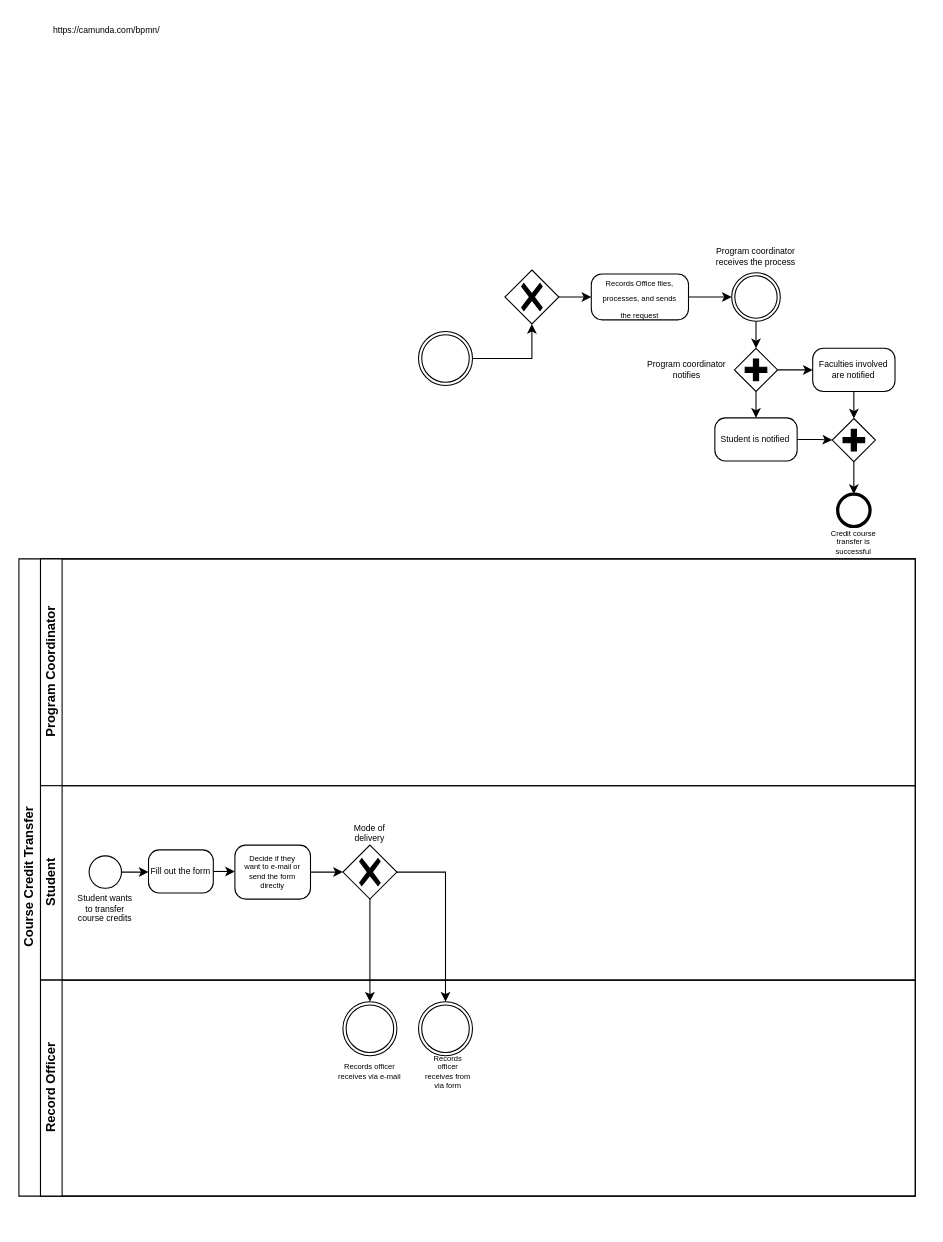
Above: Untitled Diagram.drawio in gdcho/comp1712 (draw.io), before the change. Source tidied: cells renumbered, new cells numbered last; positions are measured from the earlier drawing's top-left corner, leaving out a move shared by most shapes. Both pictures are drawn from the tidied source at 108%, with x=0, y=0 at pixel (18, 18).
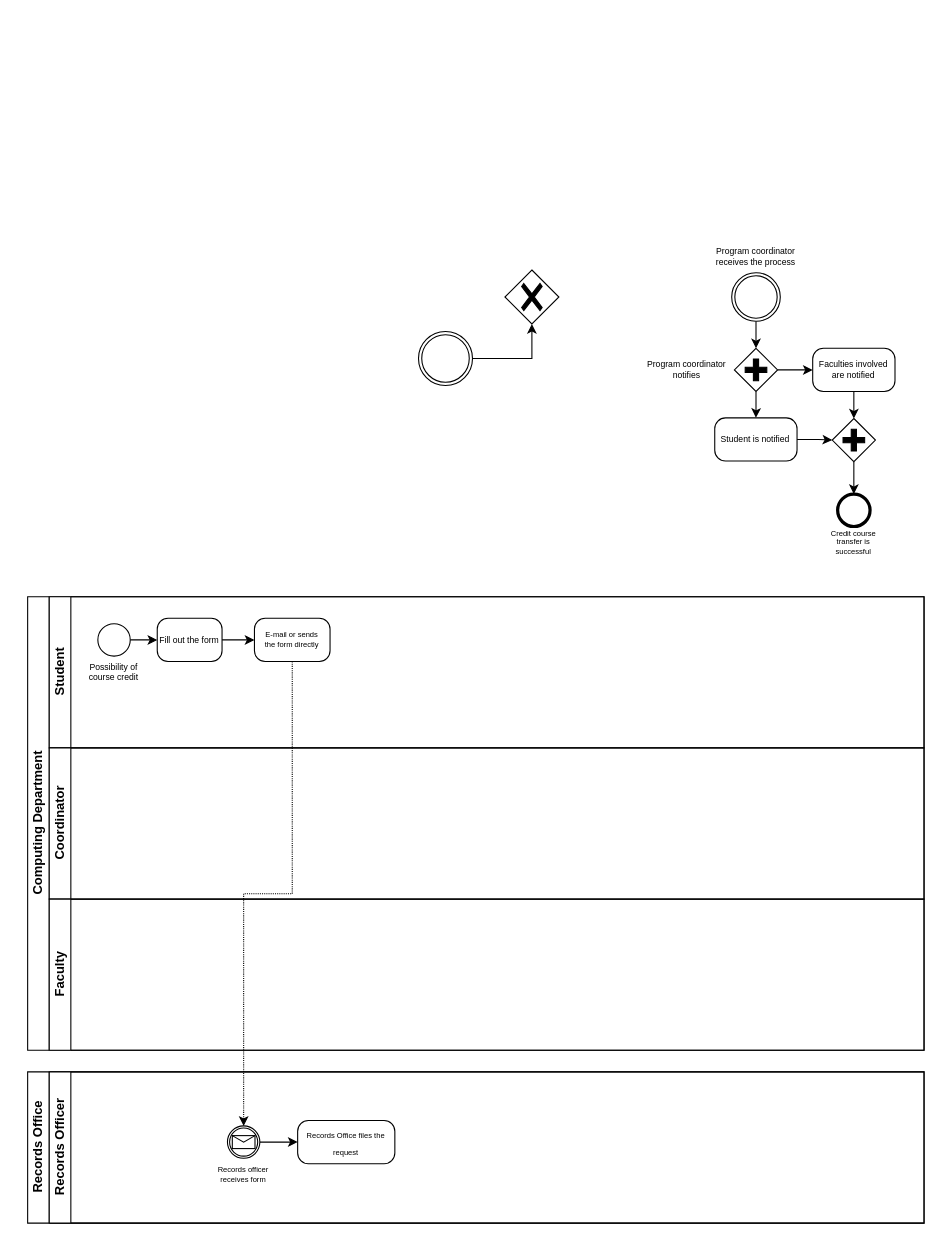
Above is the later version.

Unchanged cells that the change refers to:
```xml
<mxCell id="5" style="points=[[0.25,0.25,0],[0.5,0,0],[0.75,0.25,0],[1,0.5,0],[0.75,0.75,0],[0.5,1,0],[0.25,0.75,0],[0,0.5,0]];shape=mxgraph.bpmn.gateway2;html=1;verticalLabelPosition=bottom;labelBackgroundColor=#ffffff;verticalAlign=top;align=center;perimeter=rhombusPerimeter;outlineConnect=0;outline=none;symbol=none;gwType=exclusive;" parent="1" vertex="1">
  <mxGeometry x="450" y="232.5" width="50" height="50" as="geometry" />
</mxCell>
<mxCell id="12" style="points=[[0.145,0.145,0],[0.5,0,0],[0.855,0.145,0],[1,0.5,0],[0.855,0.855,0],[0.5,1,0],[0.145,0.855,0],[0,0.5,0]];shape=mxgraph.bpmn.event;html=1;verticalLabelPosition=bottom;labelBackgroundColor=#ffffff;verticalAlign=top;align=center;perimeter=ellipsePerimeter;outlineConnect=0;outline=throwing;symbol=general;fontSize=8;" parent="1" vertex="1">
  <mxGeometry x="660" y="235" width="45" height="45" as="geometry" />
</mxCell>
```

Diff of the diagram source:
```diff
@@
-    <mxCell id="4" style="edgeStyle=orthogonalEdgeStyle;rounded=0;jettySize=auto;html=1;fontSize=7;entryX=0;entryY=0.5;entryDx=0;entryDy=0;entryPerimeter=0;" parent="1" edge="1" source="5" target="7">
-      <mxGeometry relative="1" as="geometry" />
-    </mxCell>
@@
-    <mxCell id="6" style="edgeStyle=orthogonalEdgeStyle;rounded=0;jettySize=auto;html=1;fontSize=8;" parent="1" edge="1" source="7" target="12">
-      <mxGeometry relative="1" as="geometry" />
-    </mxCell>
-    <mxCell id="7" style="points=[[0.25,0,0],[0.5,0,0],[0.75,0,0],[1,0.25,0],[1,0.5,0],[1,0.75,0],[0.75,1,0],[0.5,1,0],[0.25,1,0],[0,0.75,0],[0,0.5,0],[0,0.25,0]];shape=mxgraph.bpmn.task;whiteSpace=wrap;rectStyle=rounded;size=10;html=1;taskMarker=abstract;" parent="1" vertex="1">
-      <mxGeometry x="530" y="236.2" width="90" height="42.5" as="geometry" />
-    </mxCell>
-    <mxCell id="8" value="&lt;font style=&quot;font-size: 7px;&quot;&gt;Records Office files, processes, and sends the request&lt;/font&gt;" style="text;html=1;strokeColor=none;fillColor=none;align=center;verticalAlign=middle;whiteSpace=wrap;rounded=0;" parent="1" vertex="1">
-      <mxGeometry x="535" y="245" width="80" height="25" as="geometry" />
-    </mxCell>
@@
     <mxCell id="13" value="Program coordinator receives the process" style="text;html=1;strokeColor=none;fillColor=none;align=center;verticalAlign=middle;whiteSpace=wrap;rounded=0;fontSize=8;" parent="1" vertex="1">
-      <mxGeometry x="638.9" y="205" width="87.2" height="30" as="geometry" />
+      <mxGeometry x="638.8" y="205" width="87.2" height="30" as="geometry" />
     </mxCell>
@@
     <mxCell id="18" value="Student is notified" style="points=[[0.25,0,0],[0.5,0,0],[0.75,0,0],[1,0.25,0],[1,0.5,0],[1,0.75,0],[0.75,1,0],[0.5,1,0],[0.25,1,0],[0,0.75,0],[0,0.5,0],[0,0.25,0]];shape=mxgraph.bpmn.task;whiteSpace=wrap;rectStyle=rounded;size=10;html=1;taskMarker=abstract;fontSize=8;" parent="1" vertex="1">
-      <mxGeometry x="644.4" y="369.4" width="76.2" height="40" as="geometry" />
+      <mxGeometry x="644.3" y="369.4" width="76.2" height="40" as="geometry" />
     </mxCell>
@@
-    <mxCell id="24" value="https://camunda.com/bpmn/" style="text;whiteSpace=wrap;html=1;fontSize=8;" parent="1" vertex="1">
-      <mxGeometry x="30" width="140" height="30" as="geometry" />
-    </mxCell>
-    <mxCell id="25" value="&lt;div&gt;Course Credit Transfer&lt;/div&gt;" style="swimlane;horizontal=0;startSize=20;html=1;" parent="1" vertex="1">
-      <mxGeometry y="500" width="830" height="590" as="geometry" />
+    <mxCell id="25" value="&lt;div&gt;Computing Department&lt;/div&gt;" style="swimlane;horizontal=0;startSize=20;html=1;" parent="1" vertex="1">
+      <mxGeometry x="8.1" y="535" width="830" height="420" as="geometry" />
     </mxCell>
-    <mxCell id="26" value="Program Coordinator" style="swimlane;startSize=20;horizontal=0;html=1;" parent="25" vertex="1">
-      <mxGeometry x="20" width="810" height="210" as="geometry" />
+    <mxCell id="26" value="Student" style="swimlane;startSize=20;horizontal=0;html=1;" parent="25" vertex="1">
+      <mxGeometry x="20" width="810" height="140" as="geometry" />
     </mxCell>
-    <mxCell id="27" value="Student" style="swimlane;startSize=20;horizontal=0;html=1;" parent="25" vertex="1">
-      <mxGeometry x="20" y="210" width="810" height="180" as="geometry" />
-    </mxCell>
-    <mxCell id="28" style="edgeStyle=orthogonalEdgeStyle;rounded=0;jettySize=auto;html=1;fontSize=8;" parent="27" edge="1" source="29">
-      <mxGeometry relative="1" as="geometry">
-        <mxPoint x="100" y="80" as="targetPoint" />
-      </mxGeometry>
-    </mxCell>
+    <mxCell id="45" style="edgeStyle=orthogonalEdgeStyle;rounded=0;jettySize=auto;html=1;" parent="26" edge="1" source="29" target="34">
+      <mxGeometry relative="1" as="geometry" />
+    </mxCell>
-    <mxCell id="29" style="points=[[0.145,0.145,0],[0.5,0,0],[0.855,0.145,0],[1,0.5,0],[0.855,0.855,0],[0.5,1,0],[0.145,0.855,0],[0,0.5,0]];shape=mxgraph.bpmn.event;html=1;verticalLabelPosition=bottom;labelBackgroundColor=#ffffff;verticalAlign=top;align=center;perimeter=ellipsePerimeter;outlineConnect=0;outline=standard;symbol=general;" parent="27" vertex="1">
-      <mxGeometry x="45" y="65" width="30" height="30" as="geometry" />
+    <mxCell id="29" style="points=[[0.145,0.145,0],[0.5,0,0],[0.855,0.145,0],[1,0.5,0],[0.855,0.855,0],[0.5,1,0],[0.145,0.855,0],[0,0.5,0]];shape=mxgraph.bpmn.event;html=1;verticalLabelPosition=bottom;labelBackgroundColor=#ffffff;verticalAlign=top;align=center;perimeter=ellipsePerimeter;outlineConnect=0;outline=standard;symbol=general;" parent="26" vertex="1">
+      <mxGeometry x="45" y="25" width="30" height="30" as="geometry" />
     </mxCell>
-    <mxCell id="30" value="Student wants to transfer course credits" style="text;html=1;strokeColor=none;fillColor=none;align=center;verticalAlign=middle;whiteSpace=wrap;rounded=0;fontSize=8;" parent="27" vertex="1">
-      <mxGeometry x="30" y="99.4" width="60" height="30" as="geometry" />
+    <mxCell id="30" value="Possibility of course credit" style="text;html=1;strokeColor=none;fillColor=none;align=center;verticalAlign=middle;whiteSpace=wrap;rounded=0;fontSize=8;" parent="26" vertex="1">
+      <mxGeometry x="30" y="55" width="60" height="30" as="geometry" />
     </mxCell>
+    <mxCell id="33" style="edgeStyle=orthogonalEdgeStyle;rounded=0;jettySize=auto;html=1;entryX=0;entryY=0.5;entryDx=0;entryDy=0;entryPerimeter=0;" parent="26" edge="1" source="34" target="31">
+      <mxGeometry relative="1" as="geometry" />
+    </mxCell>
+    <mxCell id="34" value="Fill out the form" style="points=[[0.25,0,0],[0.5,0,0],[0.75,0,0],[1,0.25,0],[1,0.5,0],[1,0.75,0],[0.75,1,0],[0.5,1,0],[0.25,1,0],[0,0.75,0],[0,0.5,0],[0,0.25,0]];shape=mxgraph.bpmn.task;whiteSpace=wrap;rectStyle=rounded;size=10;html=1;taskMarker=abstract;fontSize=8;" parent="26" vertex="1">
+      <mxGeometry x="100" y="20" width="60" height="40" as="geometry" />
+    </mxCell>
-    <mxCell id="31" style="points=[[0.25,0,0],[0.5,0,0],[0.75,0,0],[1,0.25,0],[1,0.5,0],[1,0.75,0],[0.75,1,0],[0.5,1,0],[0.25,1,0],[0,0.75,0],[0,0.5,0],[0,0.25,0]];shape=mxgraph.bpmn.task;whiteSpace=wrap;rectStyle=rounded;size=10;html=1;taskMarker=abstract;" parent="27" vertex="1">
-      <mxGeometry x="180" y="55" width="70" height="50" as="geometry" />
+    <mxCell id="31" style="points=[[0.25,0,0],[0.5,0,0],[0.75,0,0],[1,0.25,0],[1,0.5,0],[1,0.75,0],[0.75,1,0],[0.5,1,0],[0.25,1,0],[0,0.75,0],[0,0.5,0],[0,0.25,0]];shape=mxgraph.bpmn.task;whiteSpace=wrap;rectStyle=rounded;size=10;html=1;taskMarker=abstract;" parent="26" vertex="1">
+      <mxGeometry x="190" y="20" width="70" height="40" as="geometry" />
     </mxCell>
-    <mxCell id="32" value="Decide if they want to e-mail or send the form directly" style="text;html=1;strokeColor=none;fillColor=none;align=center;verticalAlign=middle;whiteSpace=wrap;rounded=0;fontSize=7;" parent="27" vertex="1">
-      <mxGeometry x="185" y="65" width="60" height="30" as="geometry" />
+    <mxCell id="32" value="E-mail or sends the form directly" style="text;html=1;strokeColor=none;fillColor=none;align=center;verticalAlign=middle;whiteSpace=wrap;rounded=0;fontSize=7;" parent="26" vertex="1">
+      <mxGeometry x="195" y="25" width="60" height="30" as="geometry" />
     </mxCell>
-    <mxCell id="33" style="edgeStyle=orthogonalEdgeStyle;rounded=0;jettySize=auto;html=1;entryX=0;entryY=0.5;entryDx=0;entryDy=0;entryPerimeter=0;" parent="27" edge="1" source="34" target="31">
-      <mxGeometry relative="1" as="geometry" />
-    </mxCell>
-    <mxCell id="34" value="Fill out the form" style="points=[[0.25,0,0],[0.5,0,0],[0.75,0,0],[1,0.25,0],[1,0.5,0],[1,0.75,0],[0.75,1,0],[0.5,1,0],[0.25,1,0],[0,0.75,0],[0,0.5,0],[0,0.25,0]];shape=mxgraph.bpmn.task;whiteSpace=wrap;rectStyle=rounded;size=10;html=1;taskMarker=abstract;fontSize=8;" parent="27" vertex="1">
-      <mxGeometry x="100" y="59.4" width="60" height="40" as="geometry" />
-    </mxCell>
-    <mxCell id="35" style="points=[[0.25,0.25,0],[0.5,0,0],[0.75,0.25,0],[1,0.5,0],[0.75,0.75,0],[0.5,1,0],[0.25,0.75,0],[0,0.5,0]];shape=mxgraph.bpmn.gateway2;html=1;verticalLabelPosition=bottom;labelBackgroundColor=#ffffff;verticalAlign=top;align=center;perimeter=rhombusPerimeter;outlineConnect=0;outline=none;symbol=none;gwType=exclusive;" parent="27" vertex="1">
-      <mxGeometry x="280" y="55" width="50" height="50" as="geometry" />
-    </mxCell>
-    <mxCell id="36" style="edgeStyle=orthogonalEdgeStyle;rounded=0;jettySize=auto;html=1;" parent="27" edge="1" source="31" target="35">
-      <mxGeometry relative="1" as="geometry" />
-    </mxCell>
-    <mxCell id="37" value="Mode of delivery" style="text;html=1;strokeColor=none;fillColor=none;align=center;verticalAlign=middle;whiteSpace=wrap;rounded=0;fontSize=8;" parent="27" vertex="1">
-      <mxGeometry x="275" y="29.4" width="60" height="30" as="geometry" />
-    </mxCell>
-    <mxCell id="38" style="edgeStyle=orthogonalEdgeStyle;rounded=0;jettySize=auto;html=1;" parent="25" edge="1" source="35" target="41">
-      <mxGeometry relative="1" as="geometry" />
-    </mxCell>
-    <mxCell id="39" style="edgeStyle=orthogonalEdgeStyle;rounded=0;jettySize=auto;html=1;entryX=0.5;entryY=0;entryDx=0;entryDy=0;entryPerimeter=0;" parent="25" edge="1" source="35" target="42">
-      <mxGeometry relative="1" as="geometry" />
-    </mxCell>
+    <mxCell id="27" value="Coordinator" style="swimlane;startSize=20;horizontal=0;html=1;" parent="25" vertex="1">
+      <mxGeometry x="20" y="140" width="810" height="140" as="geometry" />
+    </mxCell>
-    <mxCell id="40" value="&lt;div&gt;Record Officer&lt;/div&gt;" style="swimlane;startSize=20;horizontal=0;html=1;" parent="25" vertex="1">
-      <mxGeometry x="20" y="390" width="810" height="200" as="geometry" />
+    <mxCell id="40" value="Faculty" style="swimlane;startSize=20;horizontal=0;html=1;" parent="25" vertex="1">
+      <mxGeometry x="20" y="280" width="810" height="140" as="geometry" />
     </mxCell>
-    <mxCell id="41" style="points=[[0.145,0.145,0],[0.5,0,0],[0.855,0.145,0],[1,0.5,0],[0.855,0.855,0],[0.5,1,0],[0.145,0.855,0],[0,0.5,0]];shape=mxgraph.bpmn.event;html=1;verticalLabelPosition=bottom;labelBackgroundColor=#ffffff;verticalAlign=top;align=center;perimeter=ellipsePerimeter;outlineConnect=0;outline=throwing;symbol=general;fontSize=8;" parent="40" vertex="1">
-      <mxGeometry x="280" y="20" width="50" height="50" as="geometry" />
-    </mxCell>
-    <mxCell id="42" style="points=[[0.145,0.145,0],[0.5,0,0],[0.855,0.145,0],[1,0.5,0],[0.855,0.855,0],[0.5,1,0],[0.145,0.855,0],[0,0.5,0]];shape=mxgraph.bpmn.event;html=1;verticalLabelPosition=bottom;labelBackgroundColor=#ffffff;verticalAlign=top;align=center;perimeter=ellipsePerimeter;outlineConnect=0;outline=throwing;symbol=general;fontSize=8;" parent="40" vertex="1">
-      <mxGeometry x="350" y="20" width="50" height="50" as="geometry" />
-    </mxCell>
+    <mxCell id="46" value="&lt;div&gt;Records Office&lt;br&gt;&lt;/div&gt;" style="swimlane;horizontal=0;startSize=20;html=1;" parent="1" vertex="1">
+      <mxGeometry x="8.1" y="975" width="830" height="140" as="geometry" />
+    </mxCell>
+    <mxCell id="47" value="Records Officer" style="swimlane;startSize=20;horizontal=0;html=1;" parent="46" vertex="1">
+      <mxGeometry x="20" width="810" height="140" as="geometry" />
+    </mxCell>
+    <mxCell id="48" style="edgeStyle=orthogonalEdgeStyle;rounded=0;jettySize=auto;html=1;entryX=0;entryY=0.5;entryDx=0;entryDy=0;entryPerimeter=0;" parent="47" edge="1" source="49" target="7">
+      <mxGeometry relative="1" as="geometry" />
+    </mxCell>
+    <mxCell id="49" style="points=[[0.145,0.145,0],[0.5,0,0],[0.855,0.145,0],[1,0.5,0],[0.855,0.855,0],[0.5,1,0],[0.145,0.855,0],[0,0.5,0]];shape=mxgraph.bpmn.event;html=1;verticalLabelPosition=bottom;labelBackgroundColor=#ffffff;verticalAlign=top;align=center;perimeter=ellipsePerimeter;outlineConnect=0;outline=catching;symbol=message;" parent="47" vertex="1">
+      <mxGeometry x="165" y="50" width="30" height="30" as="geometry" />
+    </mxCell>
-    <mxCell id="43" value="Records officer receives via e-mail" style="text;html=1;strokeColor=none;fillColor=none;align=center;verticalAlign=middle;whiteSpace=wrap;rounded=0;fontSize=7;" parent="40" vertex="1">
-      <mxGeometry x="275" y="70" width="60" height="30" as="geometry" />
+    <mxCell id="43" value="Records officer receives form" style="text;html=1;strokeColor=none;fillColor=none;align=center;verticalAlign=middle;whiteSpace=wrap;rounded=0;fontSize=7;" parent="47" vertex="1">
+      <mxGeometry x="150" y="80" width="60" height="30" as="geometry" />
     </mxCell>
-    <mxCell id="44" value="Records officer receives from via form" style="text;html=1;strokeColor=none;fillColor=none;align=center;verticalAlign=middle;whiteSpace=wrap;rounded=0;fontSize=7;" parent="40" vertex="1">
-      <mxGeometry x="355" y="70" width="45" height="30" as="geometry" />
-    </mxCell>
+    <mxCell id="7" style="points=[[0.25,0,0],[0.5,0,0],[0.75,0,0],[1,0.25,0],[1,0.5,0],[1,0.75,0],[0.75,1,0],[0.5,1,0],[0.25,1,0],[0,0.75,0],[0,0.5,0],[0,0.25,0]];shape=mxgraph.bpmn.task;whiteSpace=wrap;rectStyle=rounded;size=10;html=1;taskMarker=abstract;" parent="47" vertex="1">
+      <mxGeometry x="230" y="45" width="90" height="40" as="geometry" />
+    </mxCell>
+    <mxCell id="8" value="&lt;font style=&quot;font-size: 7px;&quot;&gt;Records Office files the request&lt;br&gt;&lt;/font&gt;" style="text;html=1;strokeColor=none;fillColor=none;align=center;verticalAlign=middle;whiteSpace=wrap;rounded=0;" parent="47" vertex="1">
+      <mxGeometry x="235" y="52.5" width="80" height="25" as="geometry" />
+    </mxCell>
+    <mxCell id="50" style="edgeStyle=orthogonalEdgeStyle;rounded=0;jettySize=auto;html=1;entryX=0.5;entryY=0;entryDx=0;entryDy=0;entryPerimeter=0;dashed=1;dashPattern=1 1;" parent="1" edge="1" source="31" target="49">
+      <mxGeometry relative="1" as="geometry" />
+    </mxCell>
```
